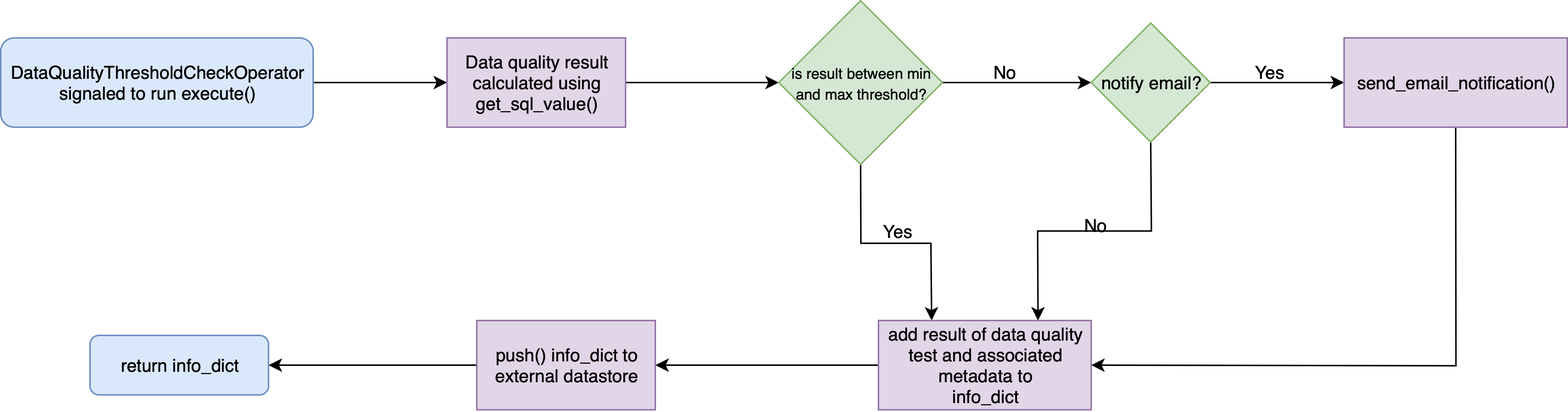
The draw.io diagram operator_diagrams/data_quality_threshold_check_operator_flowchart.png in Raybeam/rb_quality_plugin, before a commit. Source tidied: cells renumbered, new cells last; positions are measured from the earlier drawing's top-left corner, leaving out a move shared by most shapes. Its diagram source:
```xml
<mxGraphModel>
  <root>
    <mxCell id="0" />
    <mxCell id="1" parent="0" />
    <mxCell id="2" style="edgeStyle=orthogonalEdgeStyle;rounded=0;jettySize=auto;html=1;exitX=1;exitY=0.5;exitDx=0;exitDy=0;entryX=0;entryY=0.5;entryDx=0;entryDy=0;" parent="1" edge="1" source="3" target="5">
      <mxGeometry relative="1" as="geometry" />
    </mxCell>
    <mxCell id="3" value="&lt;span style=&quot;white-space: normal&quot;&gt;DataQualityThresholdCheckOperator signaled to run execute()&lt;/span&gt;" style="rounded=1;whiteSpace=wrap;html=1;fillColor=#dae8fc;strokeColor=#6c8ebf;" parent="1" vertex="1">
      <mxGeometry y="25" width="210" height="60" as="geometry" />
    </mxCell>
    <mxCell id="4" style="edgeStyle=orthogonalEdgeStyle;rounded=0;jettySize=auto;html=1;exitX=1;exitY=0.5;exitDx=0;exitDy=0;entryX=0;entryY=0.5;entryDx=0;entryDy=0;" parent="1" edge="1" source="5" target="8">
      <mxGeometry relative="1" as="geometry" />
    </mxCell>
    <mxCell id="5" value="Data quality result calculated using get_sql_value()" style="rounded=0;whiteSpace=wrap;html=1;fillColor=#e1d5e7;strokeColor=#9673a6;" parent="1" vertex="1">
      <mxGeometry x="300" y="25" width="120" height="60" as="geometry" />
    </mxCell>
    <mxCell id="6" style="edgeStyle=orthogonalEdgeStyle;rounded=0;jettySize=auto;html=1;exitX=1;exitY=0.5;exitDx=0;exitDy=0;entryX=0;entryY=0.5;entryDx=0;entryDy=0;" parent="1" edge="1" source="8" target="12">
      <mxGeometry relative="1" as="geometry" />
    </mxCell>
    <mxCell id="7" style="edgeStyle=orthogonalEdgeStyle;rounded=0;jettySize=auto;html=1;exitX=0.5;exitY=1;exitDx=0;exitDy=0;entryX=0.25;entryY=0;entryDx=0;entryDy=0;" parent="1" edge="1" source="8" target="17">
      <mxGeometry relative="1" as="geometry" />
    </mxCell>
    <mxCell id="8" value="&lt;font style=&quot;font-size: 10px&quot;&gt;is result between min and max threshold?&lt;/font&gt;" style="rhombus;whiteSpace=wrap;html=1;fillColor=#d5e8d4;strokeColor=#82b366;" parent="1" vertex="1">
      <mxGeometry x="523" width="110" height="110" as="geometry" />
    </mxCell>
    <mxCell id="9" value="No" style="text;html=1;align=center;verticalAlign=middle;" parent="1" vertex="1">
      <mxGeometry x="660" y="38" width="30" height="20" as="geometry" />
    </mxCell>
    <mxCell id="10" style="edgeStyle=orthogonalEdgeStyle;rounded=0;jettySize=auto;html=1;exitX=0.5;exitY=1;exitDx=0;exitDy=0;entryX=0.75;entryY=0;entryDx=0;entryDy=0;" parent="1" edge="1" source="12" target="17">
      <mxGeometry relative="1" as="geometry" />
    </mxCell>
    <mxCell id="11" style="edgeStyle=orthogonalEdgeStyle;rounded=0;jettySize=auto;html=1;exitX=1;exitY=0.5;exitDx=0;exitDy=0;entryX=0;entryY=0.5;entryDx=0;entryDy=0;" parent="1" edge="1" source="12" target="15">
      <mxGeometry relative="1" as="geometry" />
    </mxCell>
    <mxCell id="12" value="notify email?" style="rhombus;whiteSpace=wrap;html=1;fillColor=#d5e8d4;strokeColor=#82b366;" parent="1" vertex="1">
      <mxGeometry x="733" y="15" width="80" height="80" as="geometry" />
    </mxCell>
    <mxCell id="13" value="Yes" style="text;html=1;align=center;verticalAlign=middle;" parent="1" vertex="1">
      <mxGeometry x="583" y="145" width="40" height="20" as="geometry" />
    </mxCell>
    <mxCell id="14" style="edgeStyle=orthogonalEdgeStyle;rounded=0;jettySize=auto;html=1;exitX=0.5;exitY=1;exitDx=0;exitDy=0;entryX=1;entryY=0.5;entryDx=0;entryDy=0;" parent="1" edge="1" source="15" target="17">
      <mxGeometry relative="1" as="geometry" />
    </mxCell>
    <mxCell id="15" value="send_email_notification()" style="rounded=0;whiteSpace=wrap;html=1;fillColor=#e1d5e7;strokeColor=#9673a6;" parent="1" vertex="1">
      <mxGeometry x="903" y="25" width="150" height="60" as="geometry" />
    </mxCell>
    <mxCell id="16" style="edgeStyle=orthogonalEdgeStyle;rounded=0;jettySize=auto;html=1;" parent="1" edge="1" source="17" target="21">
      <mxGeometry relative="1" as="geometry" />
    </mxCell>
    <mxCell id="17" value="add result of data quality test and associated metadata to&lt;br&gt;info_dict" style="rounded=0;whiteSpace=wrap;html=1;fillColor=#e1d5e7;strokeColor=#9673a6;" parent="1" vertex="1">
      <mxGeometry x="590" y="215" width="143" height="60" as="geometry" />
    </mxCell>
    <mxCell id="18" value="No" style="text;html=1;align=center;verticalAlign=middle;" parent="1" vertex="1">
      <mxGeometry x="721.2" y="141" width="30" height="20" as="geometry" />
    </mxCell>
    <mxCell id="19" value="Yes" style="text;html=1;align=center;verticalAlign=middle;" parent="1" vertex="1">
      <mxGeometry x="833" y="38" width="40" height="20" as="geometry" />
    </mxCell>
    <mxCell id="20" style="edgeStyle=orthogonalEdgeStyle;rounded=0;jettySize=auto;html=1;" parent="1" edge="1" source="21" target="22">
      <mxGeometry relative="1" as="geometry" />
    </mxCell>
    <mxCell id="21" value="push() info_dict to external datastore" style="rounded=0;whiteSpace=wrap;html=1;fillColor=#e1d5e7;strokeColor=#9673a6;" parent="1" vertex="1">
      <mxGeometry x="320" y="215" width="120" height="60" as="geometry" />
    </mxCell>
    <mxCell id="22" value="return info_dict" style="rounded=1;whiteSpace=wrap;html=1;fillColor=#dae8fc;strokeColor=#6c8ebf;" parent="1" vertex="1">
      <mxGeometry x="60" y="225" width="120" height="40" as="geometry" />
    </mxCell>
  </root>
</mxGraphModel>
```
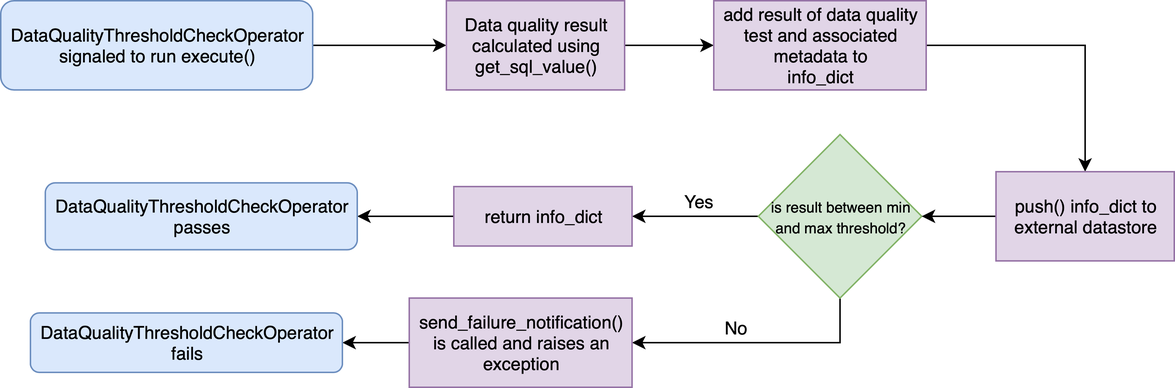
The same file after the commit.

What changed in the source:
```diff
@@ -8,62 +8,56 @@
     <mxCell id="3" value="&lt;span style=&quot;white-space: normal&quot;&gt;DataQualityThresholdCheckOperator signaled to run execute()&lt;/span&gt;" style="rounded=1;whiteSpace=wrap;html=1;fillColor=#dae8fc;strokeColor=#6c8ebf;" parent="1" vertex="1">
       <mxGeometry y="25" width="210" height="60" as="geometry" />
     </mxCell>
-    <mxCell id="4" style="edgeStyle=orthogonalEdgeStyle;rounded=0;jettySize=auto;html=1;exitX=1;exitY=0.5;exitDx=0;exitDy=0;entryX=0;entryY=0.5;entryDx=0;entryDy=0;" parent="1" edge="1" source="5" target="8">
-      <mxGeometry relative="1" as="geometry" />
-    </mxCell>
+    <mxCell id="23" style="edgeStyle=orthogonalEdgeStyle;rounded=0;jettySize=auto;html=1;entryX=0;entryY=0.5;entryDx=0;entryDy=0;" parent="1" edge="1" source="5" target="17">
+      <mxGeometry relative="1" as="geometry" />
+    </mxCell>
     <mxCell id="5" value="Data quality result calculated using get_sql_value()" style="rounded=0;whiteSpace=wrap;html=1;fillColor=#e1d5e7;strokeColor=#9673a6;" parent="1" vertex="1">
       <mxGeometry x="300" y="25" width="120" height="60" as="geometry" />
     </mxCell>
-    <mxCell id="6" style="edgeStyle=orthogonalEdgeStyle;rounded=0;jettySize=auto;html=1;exitX=1;exitY=0.5;exitDx=0;exitDy=0;entryX=0;entryY=0.5;entryDx=0;entryDy=0;" parent="1" edge="1" source="8" target="12">
-      <mxGeometry relative="1" as="geometry" />
-    </mxCell>
-    <mxCell id="7" style="edgeStyle=orthogonalEdgeStyle;rounded=0;jettySize=auto;html=1;exitX=0.5;exitY=1;exitDx=0;exitDy=0;entryX=0.25;entryY=0;entryDx=0;entryDy=0;" parent="1" edge="1" source="8" target="17">
-      <mxGeometry relative="1" as="geometry" />
-    </mxCell>
+    <mxCell id="24" style="edgeStyle=orthogonalEdgeStyle;rounded=0;jettySize=auto;html=1;entryX=1;entryY=0.5;entryDx=0;entryDy=0;" parent="1" edge="1" source="8" target="22">
+      <mxGeometry relative="1" as="geometry" />
+    </mxCell>
+    <mxCell id="25" style="edgeStyle=orthogonalEdgeStyle;rounded=0;jettySize=auto;html=1;exitX=0.5;exitY=1;exitDx=0;exitDy=0;entryX=1;entryY=0.5;entryDx=0;entryDy=0;" parent="1" edge="1" source="8" target="15">
+      <mxGeometry relative="1" as="geometry" />
+    </mxCell>
     <mxCell id="8" value="&lt;font style=&quot;font-size: 10px&quot;&gt;is result between min and max threshold?&lt;/font&gt;" style="rhombus;whiteSpace=wrap;html=1;fillColor=#d5e8d4;strokeColor=#82b366;" parent="1" vertex="1">
-      <mxGeometry x="523" width="110" height="110" as="geometry" />
+      <mxGeometry x="510" y="115" width="110" height="110" as="geometry" />
     </mxCell>
     <mxCell id="9" value="No" style="text;html=1;align=center;verticalAlign=middle;" parent="1" vertex="1">
-      <mxGeometry x="660" y="38" width="30" height="20" as="geometry" />
+      <mxGeometry x="480" y="235" width="30" height="20" as="geometry" />
     </mxCell>
-    <mxCell id="10" style="edgeStyle=orthogonalEdgeStyle;rounded=0;jettySize=auto;html=1;exitX=0.5;exitY=1;exitDx=0;exitDy=0;entryX=0.75;entryY=0;entryDx=0;entryDy=0;" parent="1" edge="1" source="12" target="17">
-      <mxGeometry relative="1" as="geometry" />
-    </mxCell>
-    <mxCell id="11" style="edgeStyle=orthogonalEdgeStyle;rounded=0;jettySize=auto;html=1;exitX=1;exitY=0.5;exitDx=0;exitDy=0;entryX=0;entryY=0.5;entryDx=0;entryDy=0;" parent="1" edge="1" source="12" target="15">
-      <mxGeometry relative="1" as="geometry" />
-    </mxCell>
-    <mxCell id="12" value="notify email?" style="rhombus;whiteSpace=wrap;html=1;fillColor=#d5e8d4;strokeColor=#82b366;" parent="1" vertex="1">
-      <mxGeometry x="733" y="15" width="80" height="80" as="geometry" />
-    </mxCell>
     <mxCell id="13" value="Yes" style="text;html=1;align=center;verticalAlign=middle;" parent="1" vertex="1">
-      <mxGeometry x="583" y="145" width="40" height="20" as="geometry" />
+      <mxGeometry x="450" y="150" width="40" height="20" as="geometry" />
     </mxCell>
-    <mxCell id="14" style="edgeStyle=orthogonalEdgeStyle;rounded=0;jettySize=auto;html=1;exitX=0.5;exitY=1;exitDx=0;exitDy=0;entryX=1;entryY=0.5;entryDx=0;entryDy=0;" parent="1" edge="1" source="15" target="17">
-      <mxGeometry relative="1" as="geometry" />
-    </mxCell>
+    <mxCell id="26" style="edgeStyle=orthogonalEdgeStyle;rounded=0;jettySize=auto;html=1;entryX=1;entryY=0.5;entryDx=0;entryDy=0;" parent="1" edge="1" source="15" target="30">
+      <mxGeometry relative="1" as="geometry" />
+    </mxCell>
-    <mxCell id="15" value="send_email_notification()" style="rounded=0;whiteSpace=wrap;html=1;fillColor=#e1d5e7;strokeColor=#9673a6;" parent="1" vertex="1">
-      <mxGeometry x="903" y="25" width="150" height="60" as="geometry" />
+    <mxCell id="15" value="send_failure_notification()&lt;br&gt;is called and raises an exception" style="rounded=0;whiteSpace=wrap;html=1;fillColor=#e1d5e7;strokeColor=#9673a6;" parent="1" vertex="1">
+      <mxGeometry x="275" y="225" width="150" height="60" as="geometry" />
     </mxCell>
-    <mxCell id="16" style="edgeStyle=orthogonalEdgeStyle;rounded=0;jettySize=auto;html=1;" parent="1" edge="1" source="17" target="21">
+    <mxCell id="16" style="edgeStyle=orthogonalEdgeStyle;rounded=0;jettySize=auto;html=1;entryX=0.5;entryY=0;entryDx=0;entryDy=0;" parent="1" edge="1" source="17" target="21">
       <mxGeometry relative="1" as="geometry" />
     </mxCell>
     <mxCell id="17" value="add result of data quality test and associated metadata to&lt;br&gt;info_dict" style="rounded=0;whiteSpace=wrap;html=1;fillColor=#e1d5e7;strokeColor=#9673a6;" parent="1" vertex="1">
-      <mxGeometry x="590" y="215" width="143" height="60" as="geometry" />
+      <mxGeometry x="480" y="25" width="143" height="60" as="geometry" />
     </mxCell>
-    <mxCell id="18" value="No" style="text;html=1;align=center;verticalAlign=middle;" parent="1" vertex="1">
-      <mxGeometry x="721.2" y="141" width="30" height="20" as="geometry" />
-    </mxCell>
-    <mxCell id="19" value="Yes" style="text;html=1;align=center;verticalAlign=middle;" parent="1" vertex="1">
-      <mxGeometry x="833" y="38" width="40" height="20" as="geometry" />
-    </mxCell>
-    <mxCell id="20" style="edgeStyle=orthogonalEdgeStyle;rounded=0;jettySize=auto;html=1;" parent="1" edge="1" source="21" target="22">
-      <mxGeometry relative="1" as="geometry" />
-    </mxCell>
+    <mxCell id="27" style="edgeStyle=orthogonalEdgeStyle;rounded=0;jettySize=auto;html=1;entryX=1;entryY=0.5;entryDx=0;entryDy=0;" parent="1" edge="1" source="21" target="8">
+      <mxGeometry relative="1" as="geometry" />
+    </mxCell>
     <mxCell id="21" value="push() info_dict to external datastore" style="rounded=0;whiteSpace=wrap;html=1;fillColor=#e1d5e7;strokeColor=#9673a6;" parent="1" vertex="1">
-      <mxGeometry x="320" y="215" width="120" height="60" as="geometry" />
+      <mxGeometry x="670" y="140" width="120" height="60" as="geometry" />
     </mxCell>
+    <mxCell id="28" style="edgeStyle=orthogonalEdgeStyle;rounded=0;jettySize=auto;html=1;entryX=1;entryY=0.5;entryDx=0;entryDy=0;" parent="1" edge="1" source="22" target="29">
+      <mxGeometry relative="1" as="geometry" />
+    </mxCell>
-    <mxCell id="22" value="return info_dict" style="rounded=1;whiteSpace=wrap;html=1;fillColor=#dae8fc;strokeColor=#6c8ebf;" parent="1" vertex="1">
-      <mxGeometry x="60" y="225" width="120" height="40" as="geometry" />
+    <mxCell id="22" value="return info_dict" style="rounded=0;whiteSpace=wrap;html=1;fillColor=#e1d5e7;strokeColor=#9673a6;" parent="1" vertex="1">
+      <mxGeometry x="305" y="150" width="120" height="40" as="geometry" />
     </mxCell>
+    <mxCell id="29" value="&lt;span style=&quot;white-space: normal&quot;&gt;DataQualityThresholdCheckOperator&lt;br&gt;passes&lt;br&gt;&lt;/span&gt;" style="rounded=1;whiteSpace=wrap;html=1;fillColor=#dae8fc;strokeColor=#6c8ebf;" parent="1" vertex="1">
+      <mxGeometry x="30" y="147.5" width="210" height="45" as="geometry" />
+    </mxCell>
+    <mxCell id="30" value="&lt;span style=&quot;white-space: normal&quot;&gt;DataQualityThresholdCheckOperator&lt;br&gt;fails&lt;br&gt;&lt;/span&gt;" style="rounded=1;whiteSpace=wrap;html=1;fillColor=#dae8fc;strokeColor=#6c8ebf;" parent="1" vertex="1">
+      <mxGeometry x="20" y="235" width="210" height="40" as="geometry" />
+    </mxCell>
   </root>
 </mxGraphModel>
```
